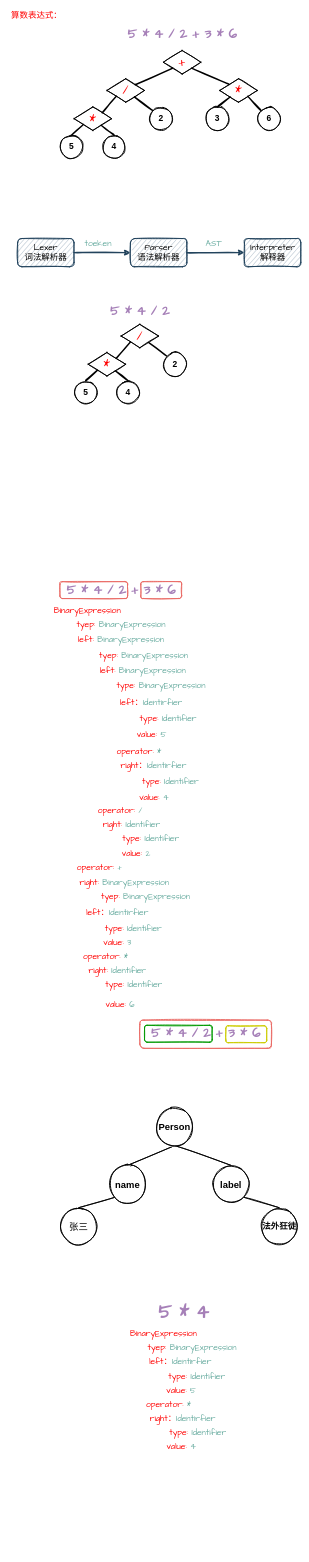
This is AST.drawio from C-wx/MindManager, a draw.io file, before an edit. Source tidied: cells renumbered, new cells numbered last; positions are measured from the earlier drawing's top-left corner, leaving out a move shared by most shapes. Both pictures are drawn from the tidied source at 47%, with x=0, y=0 at pixel (8, 8).
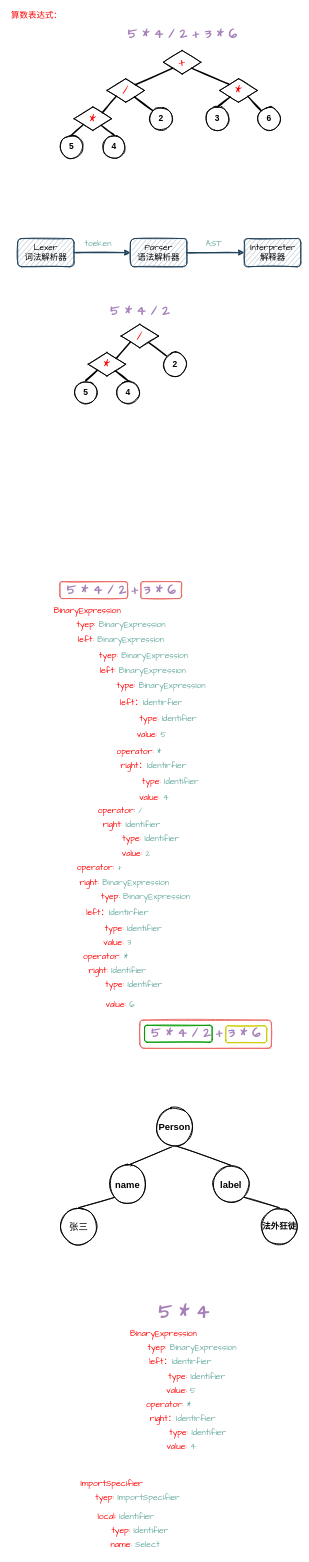
Above is the later version.

Change to the diagram source:
```diff
@@
+    <mxCell id="103" value="&lt;span style=&quot;color: rgb(255, 0, 0); font-family: &amp;quot;Comic Sans MS&amp;quot;; font-size: 18px;&quot;&gt;ImportSpecifier&lt;/span&gt;" style="text;html=1;align=center;verticalAlign=middle;strokeColor=none;fillColor=none;fontSize=40;" parent="1" vertex="1">
+      <mxGeometry x="145" y="3100" width="150" height="60" as="geometry" />
+    </mxCell>
+    <mxCell id="104" value="&lt;span style=&quot;color: rgb(255, 0, 0); font-family: &amp;quot;Comic Sans MS&amp;quot;; font-size: 18px;&quot;&gt;tyep:&amp;nbsp;&lt;/span&gt;&lt;font style=&quot;font-family: &amp;quot;Comic Sans MS&amp;quot;; font-size: 18px;&quot; color=&quot;#67ab9f&quot;&gt;ImportSpecifier&lt;/font&gt;" style="text;html=1;align=center;verticalAlign=middle;strokeColor=none;fillColor=none;fontSize=40;" parent="1" vertex="1">
+      <mxGeometry x="175" y="3130" width="200" height="60" as="geometry" />
+    </mxCell>
+    <mxCell id="105" value="&lt;span style=&quot;color: rgb(255, 0, 0); font-family: &amp;quot;Comic Sans MS&amp;quot;; font-size: 18px;&quot;&gt;local: &lt;/span&gt;&lt;span style=&quot;font-family: &amp;quot;Comic Sans MS&amp;quot;; font-size: 18px;&quot;&gt;&lt;font color=&quot;#67ab9f&quot;&gt;Identifier&lt;/font&gt;&lt;/span&gt;" style="text;html=1;align=center;verticalAlign=middle;strokeColor=none;fillColor=none;fontSize=40;" parent="1" vertex="1">
+      <mxGeometry x="175" y="3170" width="150" height="60" as="geometry" />
+    </mxCell>
+    <mxCell id="106" value="&lt;span style=&quot;color: rgb(255, 0, 0); font-family: &amp;quot;Comic Sans MS&amp;quot;; font-size: 18px;&quot;&gt;tyep:&amp;nbsp;&lt;/span&gt;&lt;font style=&quot;font-family: &amp;quot;Comic Sans MS&amp;quot;; font-size: 18px;&quot; color=&quot;#67ab9f&quot;&gt;Identifier&lt;/font&gt;" style="text;html=1;align=center;verticalAlign=middle;strokeColor=none;fillColor=none;fontSize=40;fontColor=#67AB9F;" parent="1" vertex="1">
+      <mxGeometry x="205" y="3200" width="150" height="60" as="geometry" />
+    </mxCell>
+    <mxCell id="107" value="&lt;span style=&quot;color: rgb(255, 0, 0); font-family: &amp;quot;Comic Sans MS&amp;quot;; font-size: 18px;&quot;&gt;name:&amp;nbsp;&lt;/span&gt;&lt;font style=&quot;font-family: &amp;quot;Comic Sans MS&amp;quot;; font-size: 18px;&quot; color=&quot;#67ab9f&quot;&gt;Select&lt;/font&gt;" style="text;html=1;align=center;verticalAlign=middle;strokeColor=none;fillColor=none;fontSize=40;fontColor=#67AB9F;" parent="1" vertex="1">
+      <mxGeometry x="210" y="3230" width="120" height="60" as="geometry" />
+    </mxCell>
```
